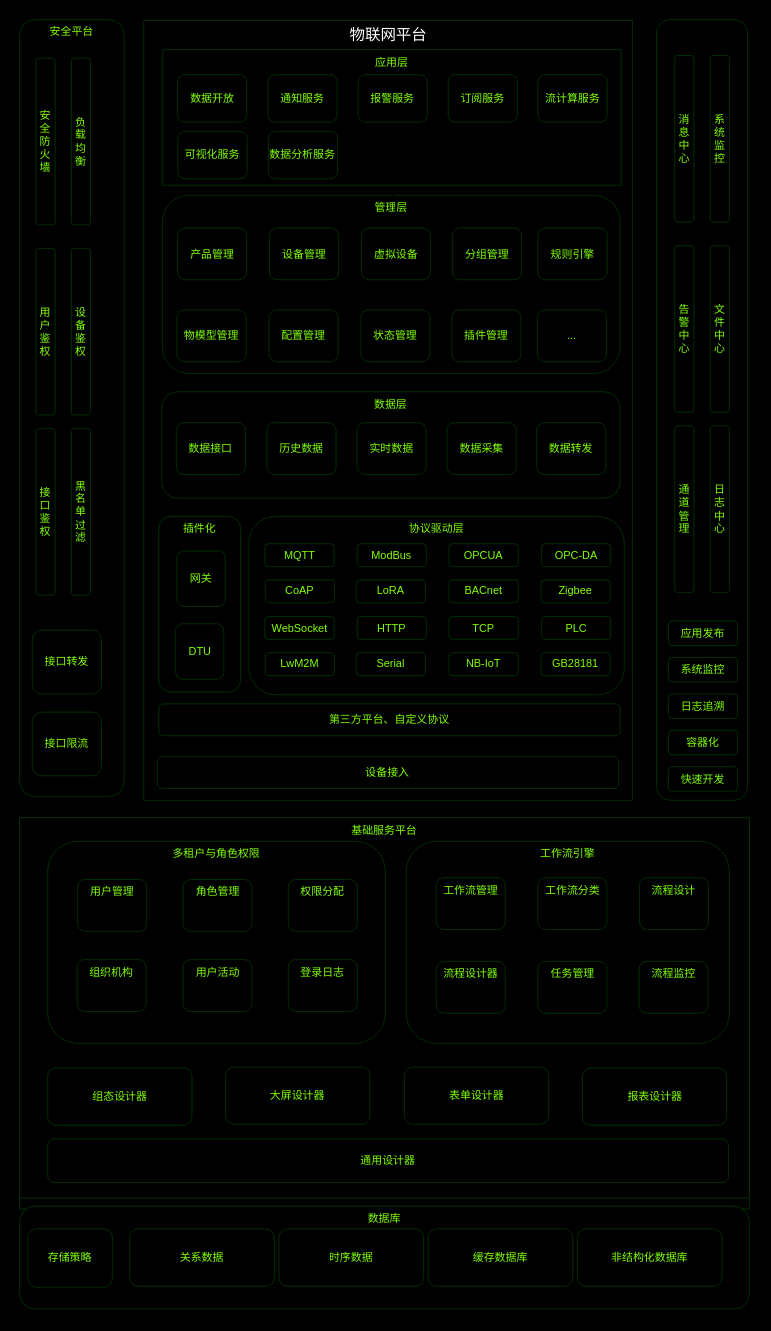
This is 未命名绘图.drawio from jacobhuang/api-doc, a draw.io file, before an edit. Source tidied: cells renumbered, new cells numbered last; positions are measured from the earlier drawing's top-left corner, leaving out a move shared by most shapes. Both pictures are drawn from the tidied source at 91%, with x=0, y=0 at pixel (19, 19).
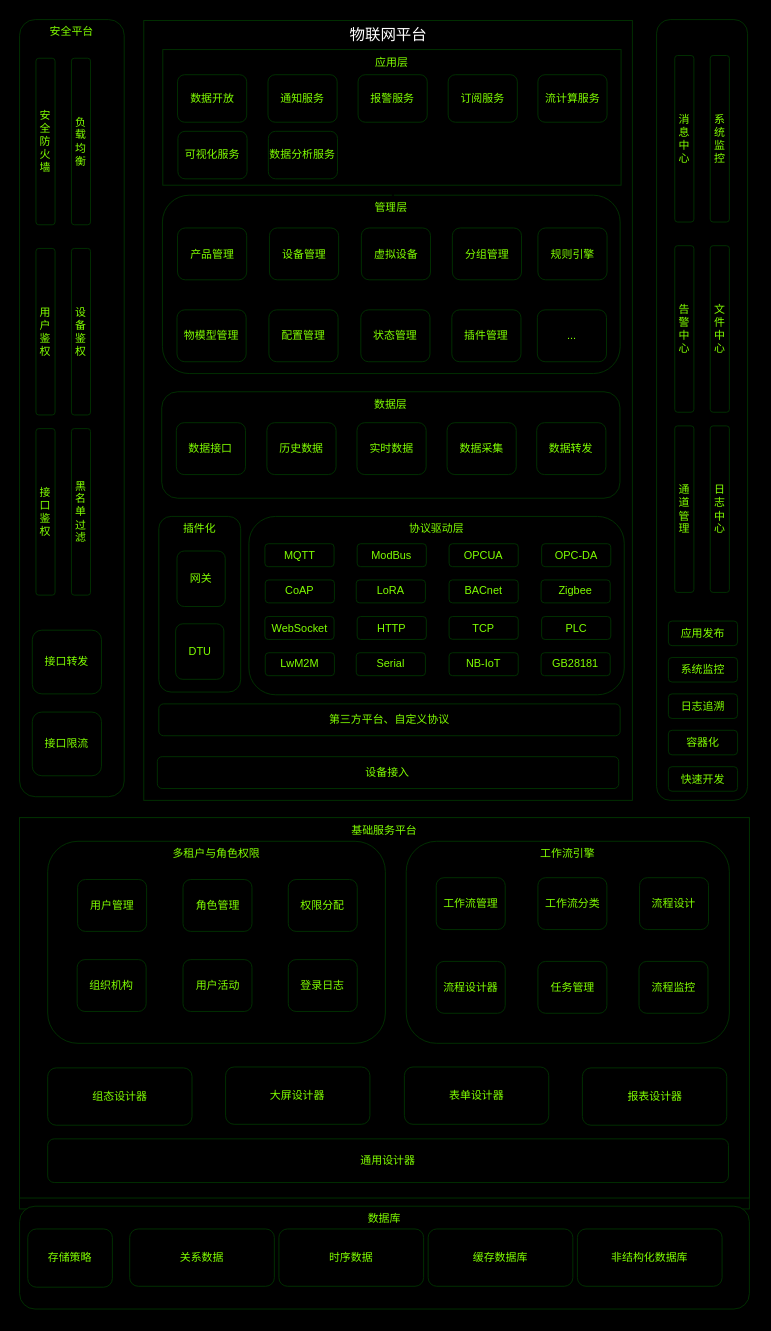
The same diagram, later.

Commit message:
更新物联网平台V1.0.20241122.drawio

The change refers to these unchanged cells:
```xml
<mxCell id="22" style="group;rounded=0;strokeColor=#003300;align=center;verticalAlign=middle;fontFamily=Helvetica;fontSize=12;fontColor=#80FF00;fillColor=#000000;" parent="1" vertex="1">
  <mxGeometry y="877" width="802" height="430" as="geometry" />
</mxCell>
```

Change to the diagram source:
```diff
@@
-    <mxCell id="25" value="用户管理" style="rounded=1;whiteSpace=wrap;html=1;fillColor=#000000;fontColor=#80FF00;strokeColor=#003300;align=center;verticalAlign=top;fontFamily=Helvetica;fontSize=12;" parent="22" vertex="1">
+    <mxCell id="25" value="用户管理" style="rounded=1;whiteSpace=wrap;html=1;fillColor=#000000;fontColor=#80FF00;strokeColor=#003300;align=center;verticalAlign=middle;fontFamily=Helvetica;fontSize=12;horizontal=1;" parent="22" vertex="1">
       <mxGeometry x="63.8" y="68" width="75.8" height="57" as="geometry" />
     </mxCell>
-    <mxCell id="26" value="角色管理" style="rounded=1;whiteSpace=wrap;html=1;fillColor=#000000;fontColor=#80FF00;strokeColor=#003300;align=center;verticalAlign=top;fontFamily=Helvetica;fontSize=12;" parent="22" vertex="1">
+    <mxCell id="26" value="角色管理" style="rounded=1;whiteSpace=wrap;html=1;fillColor=#000000;fontColor=#80FF00;strokeColor=#003300;align=center;verticalAlign=middle;fontFamily=Helvetica;fontSize=12;horizontal=1;" parent="22" vertex="1">
       <mxGeometry x="179.6" y="68" width="75.8" height="57" as="geometry" />
     </mxCell>
-    <mxCell id="27" value="权限分配" style="rounded=1;whiteSpace=wrap;html=1;fillColor=#000000;fontColor=#80FF00;strokeColor=#003300;align=center;verticalAlign=top;fontFamily=Helvetica;fontSize=12;" parent="22" vertex="1">
+    <mxCell id="27" value="权限分配" style="rounded=1;whiteSpace=wrap;html=1;fillColor=#000000;fontColor=#80FF00;strokeColor=#003300;align=center;verticalAlign=middle;fontFamily=Helvetica;fontSize=12;horizontal=1;" parent="22" vertex="1">
       <mxGeometry x="295.3" y="68" width="75.8" height="57" as="geometry" />
     </mxCell>
-    <mxCell id="28" value="组织机构" style="rounded=1;whiteSpace=wrap;html=1;fillColor=#000000;fontColor=#80FF00;strokeColor=#003300;align=center;verticalAlign=top;fontFamily=Helvetica;fontSize=12;" parent="22" vertex="1">
+    <mxCell id="28" value="组织机构" style="rounded=1;whiteSpace=wrap;html=1;fillColor=#000000;fontColor=#80FF00;strokeColor=#003300;align=center;verticalAlign=middle;fontFamily=Helvetica;fontSize=12;horizontal=1;" parent="22" vertex="1">
       <mxGeometry x="63.3" y="156" width="75.8" height="57" as="geometry" />
     </mxCell>
-    <mxCell id="29" value="用户活动" style="rounded=1;whiteSpace=wrap;html=1;fillColor=#000000;fontColor=#80FF00;strokeColor=#003300;align=center;verticalAlign=top;fontFamily=Helvetica;fontSize=12;" parent="22" vertex="1">
+    <mxCell id="29" value="用户活动" style="rounded=1;whiteSpace=wrap;html=1;fillColor=#000000;fontColor=#80FF00;strokeColor=#003300;align=center;verticalAlign=middle;fontFamily=Helvetica;fontSize=12;horizontal=1;" parent="22" vertex="1">
       <mxGeometry x="179.6" y="156" width="75.8" height="57" as="geometry" />
     </mxCell>
-    <mxCell id="30" value="登录日志" style="rounded=1;whiteSpace=wrap;html=1;fillColor=#000000;fontColor=#80FF00;strokeColor=#003300;align=center;verticalAlign=top;fontFamily=Helvetica;fontSize=12;" parent="22" vertex="1">
+    <mxCell id="30" value="登录日志" style="rounded=1;whiteSpace=wrap;html=1;fillColor=#000000;fontColor=#80FF00;strokeColor=#003300;align=center;verticalAlign=middle;fontFamily=Helvetica;fontSize=12;horizontal=1;" parent="22" vertex="1">
       <mxGeometry x="295.3" y="156" width="75.8" height="57" as="geometry" />
     </mxCell>
@@
-    <mxCell id="32" value="工作流管理" style="rounded=1;whiteSpace=wrap;html=1;fillColor=#000000;fontColor=#80FF00;strokeColor=#003300;align=center;verticalAlign=top;fontFamily=Helvetica;fontSize=12;" parent="22" vertex="1">
+    <mxCell id="32" value="工作流管理" style="rounded=1;whiteSpace=wrap;html=1;fillColor=#000000;fontColor=#80FF00;strokeColor=#003300;align=center;verticalAlign=middle;fontFamily=Helvetica;fontSize=12;horizontal=1;" parent="22" vertex="1">
       <mxGeometry x="457.9" y="66" width="75.8" height="57" as="geometry" />
     </mxCell>
-    <mxCell id="33" value="工作流分类" style="rounded=1;whiteSpace=wrap;html=1;fillColor=#000000;fontColor=#80FF00;strokeColor=#003300;align=center;verticalAlign=top;fontFamily=Helvetica;fontSize=12;" parent="22" vertex="1">
+    <mxCell id="33" value="工作流分类" style="rounded=1;whiteSpace=wrap;html=1;fillColor=#000000;fontColor=#80FF00;strokeColor=#003300;align=center;verticalAlign=middle;fontFamily=Helvetica;fontSize=12;horizontal=1;" parent="22" vertex="1">
       <mxGeometry x="569.6" y="66" width="75.8" height="57" as="geometry" />
     </mxCell>
-    <mxCell id="34" value="流程设计" style="rounded=1;whiteSpace=wrap;html=1;fillColor=#000000;fontColor=#80FF00;strokeColor=#003300;align=center;verticalAlign=top;fontFamily=Helvetica;fontSize=12;" parent="22" vertex="1">
+    <mxCell id="34" value="流程设计" style="rounded=1;whiteSpace=wrap;html=1;fillColor=#000000;fontColor=#80FF00;strokeColor=#003300;align=center;verticalAlign=middle;fontFamily=Helvetica;fontSize=12;horizontal=1;" parent="22" vertex="1">
       <mxGeometry x="681.3" y="66" width="75.8" height="57" as="geometry" />
     </mxCell>
-    <mxCell id="35" value="流程设计器" style="rounded=1;whiteSpace=wrap;html=1;fillColor=#000000;fontColor=#80FF00;strokeColor=#003300;align=center;verticalAlign=top;fontFamily=Helvetica;fontSize=12;" parent="22" vertex="1">
+    <mxCell id="35" value="流程设计器" style="rounded=1;whiteSpace=wrap;html=1;fillColor=#000000;fontColor=#80FF00;strokeColor=#003300;align=center;verticalAlign=middle;fontFamily=Helvetica;fontSize=12;horizontal=1;" parent="22" vertex="1">
       <mxGeometry x="457.9" y="158" width="75.8" height="57" as="geometry" />
     </mxCell>
-    <mxCell id="36" value="任务管理" style="rounded=1;whiteSpace=wrap;html=1;fillColor=#000000;fontColor=#80FF00;strokeColor=#003300;align=center;verticalAlign=top;fontFamily=Helvetica;fontSize=12;" parent="22" vertex="1">
+    <mxCell id="36" value="任务管理" style="rounded=1;whiteSpace=wrap;html=1;fillColor=#000000;fontColor=#80FF00;strokeColor=#003300;align=center;verticalAlign=middle;fontFamily=Helvetica;fontSize=12;horizontal=1;" parent="22" vertex="1">
       <mxGeometry x="569.6" y="158" width="75.8" height="57" as="geometry" />
     </mxCell>
-    <mxCell id="37" value="流程监控" style="rounded=1;whiteSpace=wrap;html=1;fillColor=#000000;fontColor=#80FF00;strokeColor=#003300;align=center;verticalAlign=top;fontFamily=Helvetica;fontSize=12;" parent="22" vertex="1">
+    <mxCell id="37" value="流程监控" style="rounded=1;whiteSpace=wrap;html=1;fillColor=#000000;fontColor=#80FF00;strokeColor=#003300;align=center;verticalAlign=middle;fontFamily=Helvetica;fontSize=12;horizontal=1;" parent="22" vertex="1">
       <mxGeometry x="680.7" y="158" width="75.8" height="57" as="geometry" />
     </mxCell>
```
